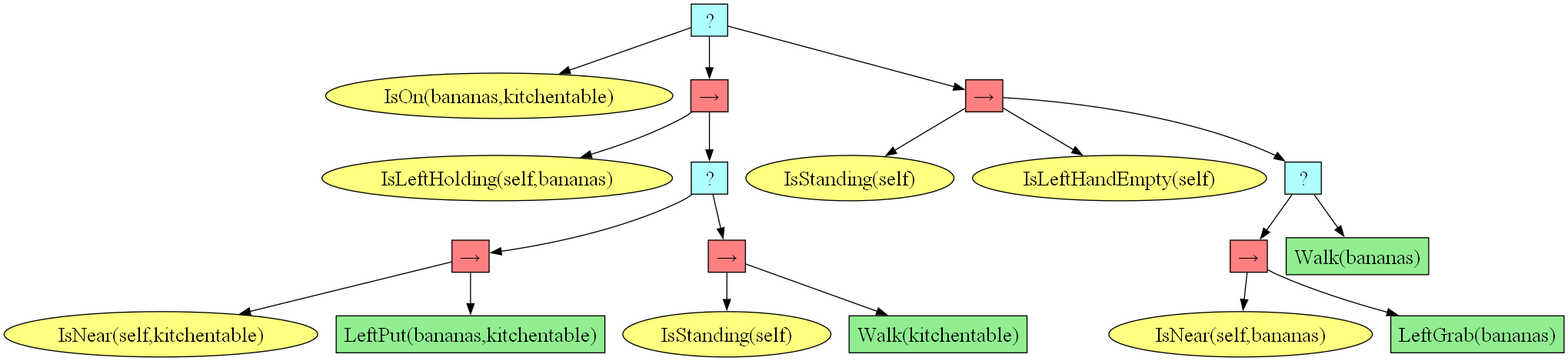
This is test_exp/behavior_tree.png from DIDS-EI/BTPG, a Graphviz export, as it was before one commit. Its source is kept beside it as test_exp/behavior_tree.dot.
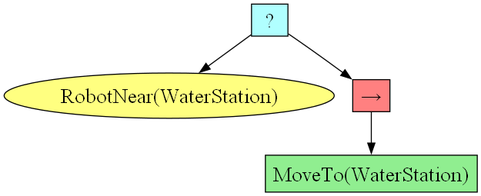
The same diagram one commit later.

What changed in the source:
```diff
@@ -3,41 +3,11 @@
 graph [fontname="times-roman"];
 node [fontname="times-roman"];
 edge [fontname="times-roman"];
-"17f6b1cb-9ce0-4c88-b944-c3d4aa0b8c6a" [fillcolor="#B0FFFF", fontcolor=black, fontsize=20, height=0.01, label=" ? ", shape=box, style=filled, width=0.01];
-"9a4672d6-7e30-4b29-b96b-e09d2edd27cf" [fillcolor="#FFFF80", fontcolor=black, fontsize=20, label="IsOn(bananas,kitchentable)", shape=ellipse, style=filled];
-"17f6b1cb-9ce0-4c88-b944-c3d4aa0b8c6a" -> "9a4672d6-7e30-4b29-b96b-e09d2edd27cf";
-"2e26bb5d-25ff-4829-9513-ed32ece9a04f" [fillcolor="#FF8080", fontcolor=black, fontsize=20, height=0.01, label="&rarr;", shape=box, style=filled, width=0.01];
-"17f6b1cb-9ce0-4c88-b944-c3d4aa0b8c6a" -> "2e26bb5d-25ff-4829-9513-ed32ece9a04f";
-"396e7297-1449-4018-aaef-090c8bc4866c" [fillcolor="#FFFF80", fontcolor=black, fontsize=20, label="IsLeftHolding(self,bananas)", shape=ellipse, style=filled];
-"2e26bb5d-25ff-4829-9513-ed32ece9a04f" -> "396e7297-1449-4018-aaef-090c8bc4866c";
-"733d82f2-4a90-41bb-8e37-6eebf06483cd" [fillcolor="#B0FFFF", fontcolor=black, fontsize=20, height=0.01, label=" ? ", shape=box, style=filled, width=0.01];
-"2e26bb5d-25ff-4829-9513-ed32ece9a04f" -> "733d82f2-4a90-41bb-8e37-6eebf06483cd";
-"5b8474b6-ce7a-449a-b0a9-a549ba684aaa" [fillcolor="#FF8080", fontcolor=black, fontsize=20, height=0.01, label="&rarr;", shape=box, style=filled, width=0.01];
-"733d82f2-4a90-41bb-8e37-6eebf06483cd" -> "5b8474b6-ce7a-449a-b0a9-a549ba684aaa";
-"f0e74912-9704-4684-bad9-da3ecb0a725b" [fillcolor="#FFFF80", fontcolor=black, fontsize=20, label="IsNear(self,kitchentable)", shape=ellipse, style=filled];
-"5b8474b6-ce7a-449a-b0a9-a549ba684aaa" -> "f0e74912-9704-4684-bad9-da3ecb0a725b";
-"ba2543bb-944c-4d71-803a-f59ea03c16ac" [fillcolor=lightgreen, fontcolor=black, fontsize=20, label="LeftPut(bananas,kitchentable)", shape=box, style=filled];
-"5b8474b6-ce7a-449a-b0a9-a549ba684aaa" -> "ba2543bb-944c-4d71-803a-f59ea03c16ac";
-"1c08888b-9ee5-48ee-91b2-3b39865b314e" [fillcolor="#FF8080", fontcolor=black, fontsize=20, height=0.01, label="&rarr;", shape=box, style=filled, width=0.01];
-"733d82f2-4a90-41bb-8e37-6eebf06483cd" -> "1c08888b-9ee5-48ee-91b2-3b39865b314e";
-"4ed61cef-fcd6-47d3-bccc-30657e89ec34" [fillcolor="#FFFF80", fontcolor=black, fontsize=20, label="IsStanding(self)", shape=ellipse, style=filled];
-"1c08888b-9ee5-48ee-91b2-3b39865b314e" -> "4ed61cef-fcd6-47d3-bccc-30657e89ec34";
-"d458bc72-4dc5-44c5-9528-fd647ddd9418" [fillcolor=lightgreen, fontcolor=black, fontsize=20, label="Walk(kitchentable)", shape=box, style=filled];
-"1c08888b-9ee5-48ee-91b2-3b39865b314e" -> "d458bc72-4dc5-44c5-9528-fd647ddd9418";
-"588591f2-849d-48d8-a570-77b8f0766111" [fillcolor="#FF8080", fontcolor=black, fontsize=20, height=0.01, label="&rarr;", shape=box, style=filled, width=0.01];
-"17f6b1cb-9ce0-4c88-b944-c3d4aa0b8c6a" -> "588591f2-849d-48d8-a570-77b8f0766111";
-"b5f61705-ca7a-469e-8ba8-9ded2d1c60cb" [fillcolor="#FFFF80", fontcolor=black, fontsize=20, label="IsStanding(self)", shape=ellipse, style=filled];
-"588591f2-849d-48d8-a570-77b8f0766111" -> "b5f61705-ca7a-469e-8ba8-9ded2d1c60cb";
-"41ab6ff5-a68c-45b9-880d-099daf29a950" [fillcolor="#FFFF80", fontcolor=black, fontsize=20, label="IsLeftHandEmpty(self)", shape=ellipse, style=filled];
-"588591f2-849d-48d8-a570-77b8f0766111" -> "41ab6ff5-a68c-45b9-880d-099daf29a950";
-"b8544c78-84f0-4440-8b70-c96666ab8277" [fillcolor="#B0FFFF", fontcolor=black, fontsize=20, height=0.01, label=" ? ", shape=box, style=filled, width=0.01];
-"588591f2-849d-48d8-a570-77b8f0766111" -> "b8544c78-84f0-4440-8b70-c96666ab8277";
-"ad610d46-4ca1-4d50-8b6a-155b140f689d" [fillcolor="#FF8080", fontcolor=black, fontsize=20, height=0.01, label="&rarr;", shape=box, style=filled, width=0.01];
-"b8544c78-84f0-4440-8b70-c96666ab8277" -> "ad610d46-4ca1-4d50-8b6a-155b140f689d";
-"e134c236-3e7e-47c9-9dee-ad15b18f02b5" [fillcolor="#FFFF80", fontcolor=black, fontsize=20, label="IsNear(self,bananas)", shape=ellipse, style=filled];
-"ad610d46-4ca1-4d50-8b6a-155b140f689d" -> "e134c236-3e7e-47c9-9dee-ad15b18f02b5";
-"0c457e81-016f-41b0-be20-db9ac259eeb5" [fillcolor=lightgreen, fontcolor=black, fontsize=20, label="LeftGrab(bananas)", shape=box, style=filled];
-"ad610d46-4ca1-4d50-8b6a-155b140f689d" -> "0c457e81-016f-41b0-be20-db9ac259eeb5";
-"a59419a9-abc4-4790-8ba0-5e9602b6d572" [fillcolor=lightgreen, fontcolor=black, fontsize=20, label="Walk(bananas)", shape=box, style=filled];
-"b8544c78-84f0-4440-8b70-c96666ab8277" -> "a59419a9-abc4-4790-8ba0-5e9602b6d572";
+"3682ac5f-3f0c-4589-946e-33cbb49733e6" [fillcolor="#B0FFFF", fontcolor=black, fontsize=20, height=0.01, label=" ? ", shape=box, style=filled, width=0.01];
+"6dd4cdb3-5565-4284-be85-cabf64c3326d" [fillcolor="#FFFF80", fontcolor=black, fontsize=20, label="RobotNear(WaterStation)", shape=ellipse, style=filled];
+"3682ac5f-3f0c-4589-946e-33cbb49733e6" -> "6dd4cdb3-5565-4284-be85-cabf64c3326d";
+"3d406a07-ed94-4895-8a86-f107ba8ebd3d" [fillcolor="#FF8080", fontcolor=black, fontsize=20, height=0.01, label="&rarr;", shape=box, style=filled, width=0.01];
+"3682ac5f-3f0c-4589-946e-33cbb49733e6" -> "3d406a07-ed94-4895-8a86-f107ba8ebd3d";
+"e2eb79e3-df96-4b8c-af42-9c1dff7f5a15" [fillcolor=lightgreen, fontcolor=black, fontsize=20, label="MoveTo(WaterStation)", shape=box, style=filled];
+"3d406a07-ed94-4895-8a86-f107ba8ebd3d" -> "e2eb79e3-df96-4b8c-af42-9c1dff7f5a15";
 }
```
